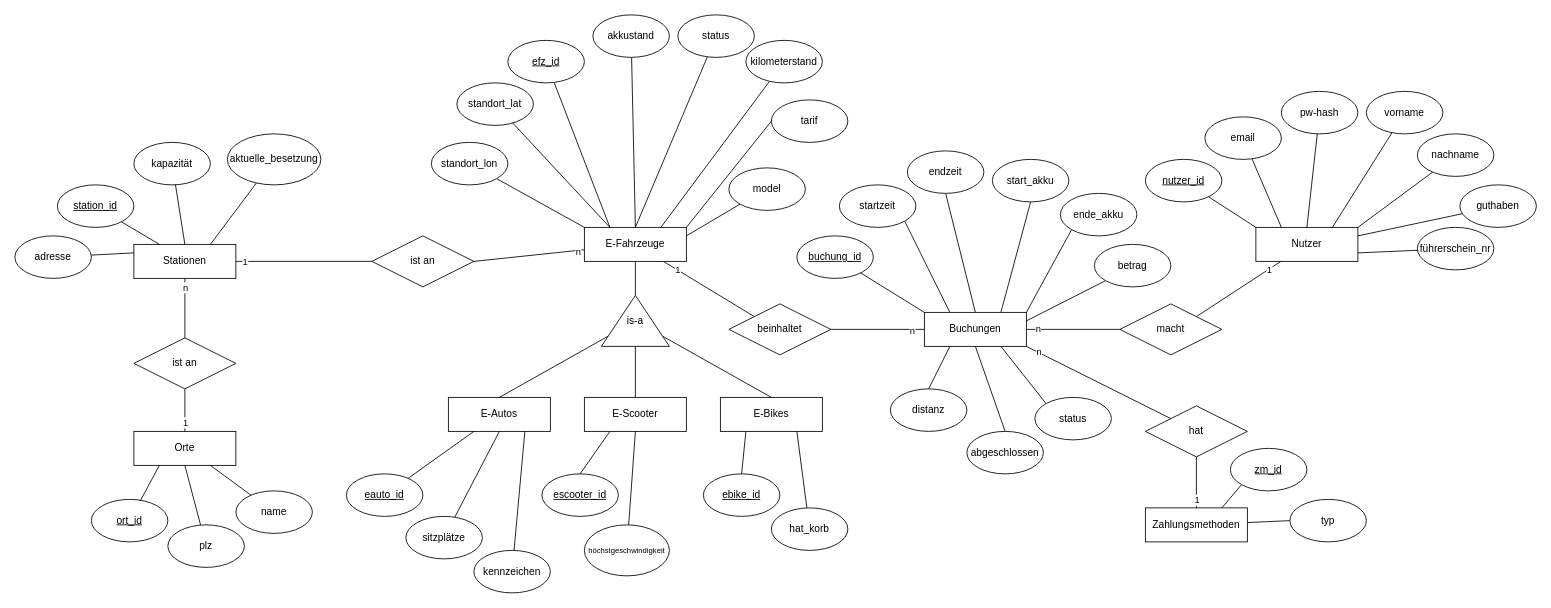
Earlier version of the draw.io diagram erm.drawio (wektor-0/MobilityProject). Source tidied: cells renumbered, new cells numbered last; positions are measured from the earlier drawing's top-left corner, leaving out a move shared by most shapes. Both pictures are drawn from the tidied source at 85%, with x=0, y=0 at pixel (14, 14).
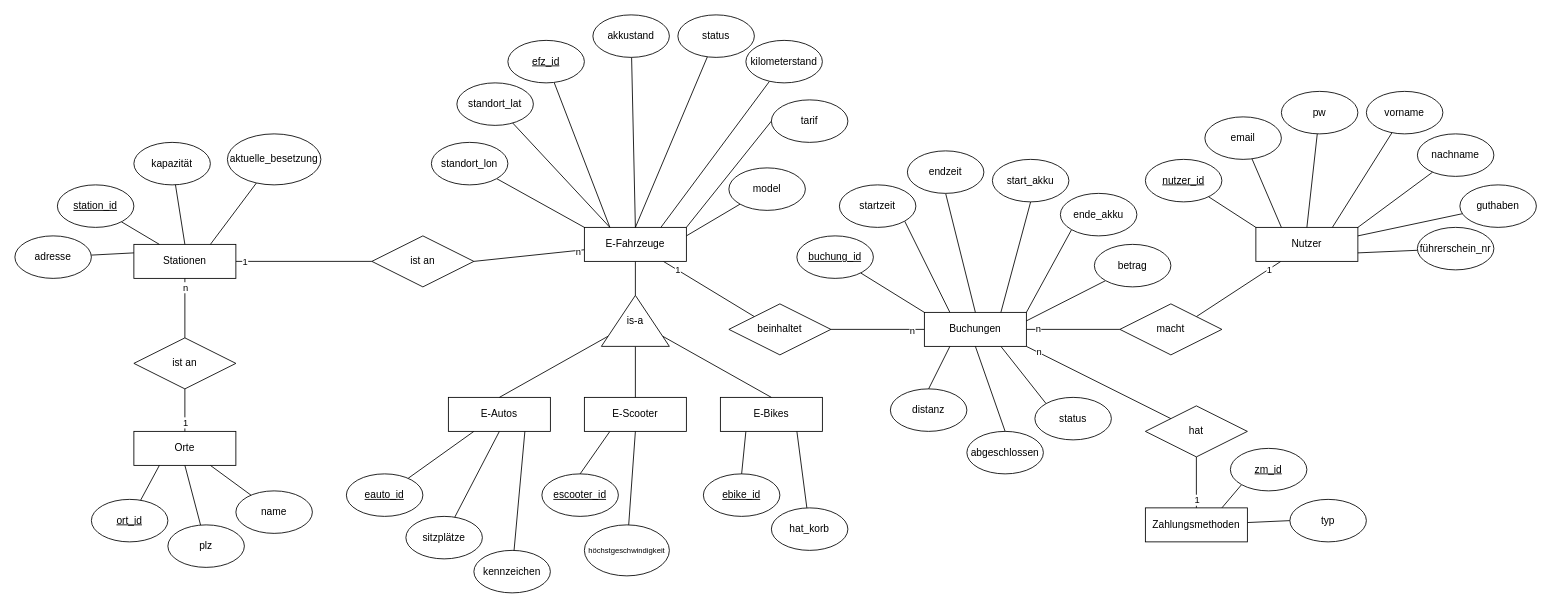
The same page after the edit.

Commit message:
kleine Anpassung am ERM

Diff of the diagram source:
```diff
@@
-    <mxCell id="75" value="&lt;div&gt;pw-hash&lt;/div&gt;" style="ellipse;whiteSpace=wrap;html=1;" parent="1" vertex="1">
+    <mxCell id="75" value="&lt;div&gt;pw&lt;/div&gt;" style="ellipse;whiteSpace=wrap;html=1;" parent="1" vertex="1">
       <mxGeometry x="1490" y="90" width="90" height="50" as="geometry" />
     </mxCell>
```
